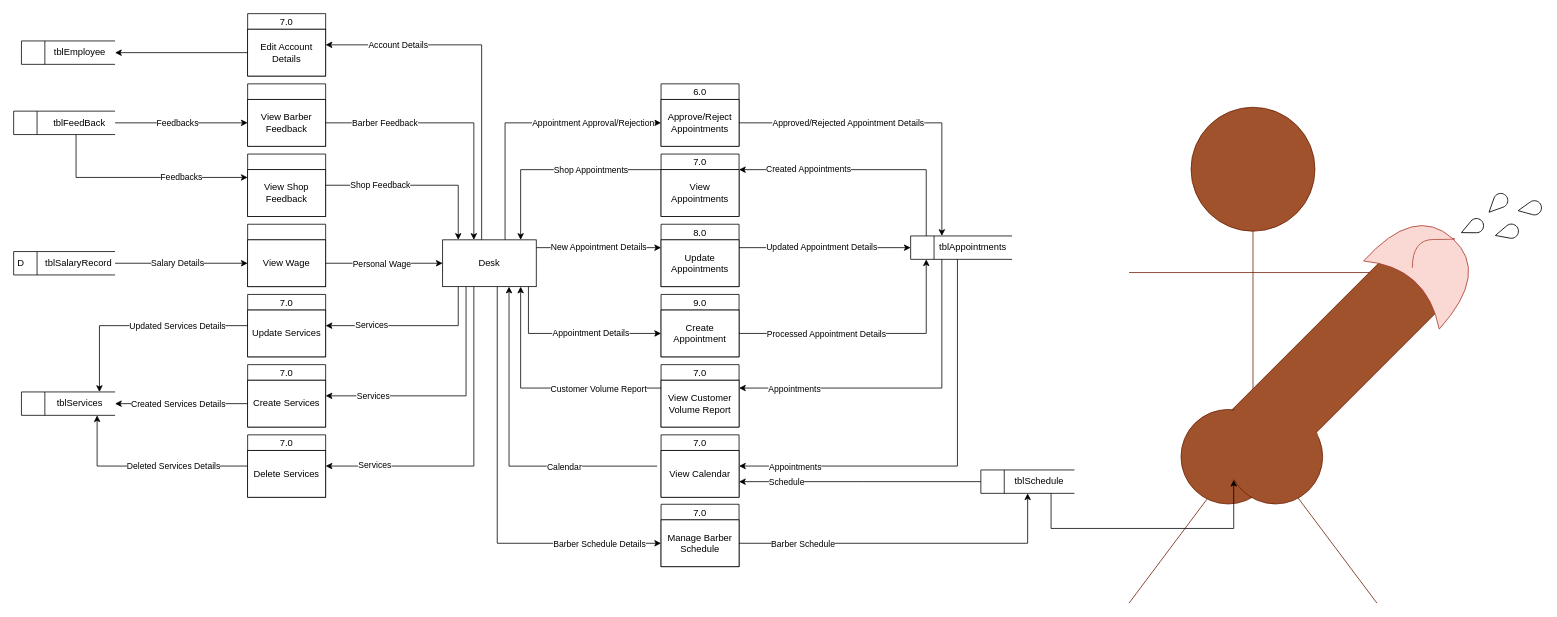
The draw.io diagram page "Desk" (2 of 5) of Diagrams/Data flow.drawio in iampotato16/AppointCut, before the edit. Source tidied: cells renumbered, new cells numbered last; positions are measured from the earlier drawing's top-left corner, leaving out a move shared by most shapes. Both pictures are drawn from the tidied source at 78%, with x=0, y=0 at pixel (13, 13).
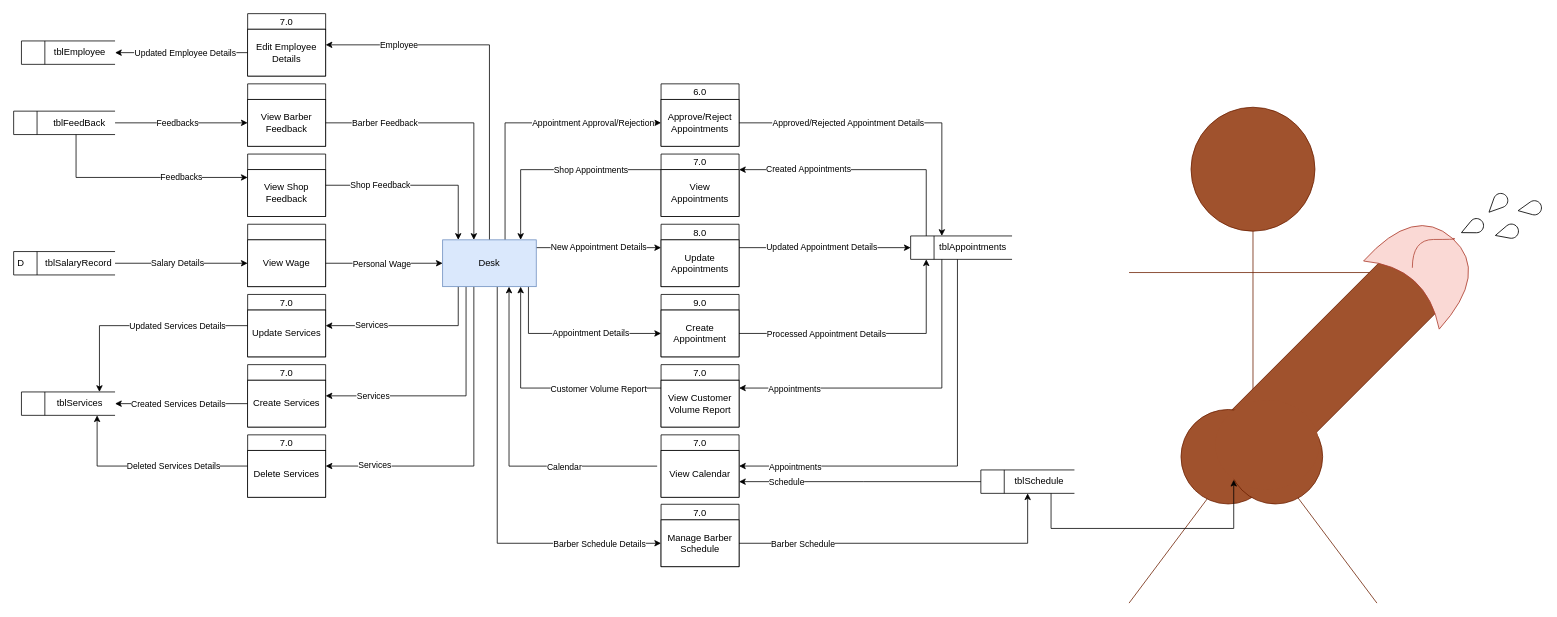
The same diagram, later.

Unchanged cells that the change refers to:
```xml
<mxCell id="104" style="edgeStyle=orthogonalEdgeStyle;rounded=0;jettySize=auto;html=1;startArrow=none;startFill=0;endArrow=classic;endFill=1;" parent="1" edge="1" source="103" target="107">
  <mxGeometry relative="1" as="geometry" />
</mxCell>
```

What changed in the source:
```diff
@@
     <mxCell id="17" style="edgeStyle=orthogonalEdgeStyle;rounded=0;jettySize=auto;html=1;startArrow=none;startFill=0;endArrow=classic;endFill=1;" parent="1" edge="1" source="19" target="102">
       <mxGeometry relative="1" as="geometry">
         <Array as="points">
-          <mxPoint x="600" y="40" />
+          <mxPoint x="610" y="40" />
         </Array>
       </mxGeometry>
     </mxCell>
-    <mxCell id="18" value="Account Details" style="edgeLabel;html=1;align=center;verticalAlign=middle;" parent="17" vertex="1">
+    <mxCell id="18" value="Employee" style="edgeLabel;html=1;align=center;verticalAlign=middle;" parent="17" vertex="1">
       <mxGeometry x="0.69" y="-1" relative="1" as="geometry">
         <mxPoint x="22" y="1" as="offset" />
       </mxGeometry>
     </mxCell>
-    <mxCell id="19" value="&lt;div&gt;Desk&lt;/div&gt;" style="rounded=0;whiteSpace=wrap;html=1;" parent="1" vertex="1">
+    <mxCell id="19" value="&lt;div&gt;Desk&lt;/div&gt;" style="rounded=0;whiteSpace=wrap;html=1;fillColor=#dae8fc;strokeColor=#6c8ebf;" parent="1" vertex="1">
       <mxGeometry x="550" y="290" width="120" height="60" as="geometry" />
     </mxCell>
@@
-    <mxCell id="102" value="7.0" style="swimlane;fontStyle=0;horizontal=1;startSize=20;fillColor=#ffffff;swimlaneFillColor=#ffffff;" parent="1" vertex="1">
+    <mxCell id="102" value="7.0" style="swimlane;fontStyle=0;horizontal=1;startSize=20;swimlaneFillColor=#ffffff;" parent="1" vertex="1">
       <mxGeometry x="300" width="100" height="80" as="geometry" />
     </mxCell>
-    <mxCell id="103" value="Edit Account Details" style="rounded=0;whiteSpace=wrap;html=1;" parent="102" vertex="1">
+    <mxCell id="103" value="Edit Employee Details" style="rounded=0;whiteSpace=wrap;html=1;" parent="102" vertex="1">
       <mxGeometry y="20" width="100" height="60" as="geometry" />
     </mxCell>
@@
+    <mxCell id="108" value="Updated Employee Details" style="edgeLabel;html=1;align=center;verticalAlign=middle;" parent="104" vertex="1">
+      <mxGeometry x="0.42" y="-1" relative="1" as="geometry">
+        <mxPoint x="40" y="1" as="offset" />
+      </mxGeometry>
+    </mxCell>
```
